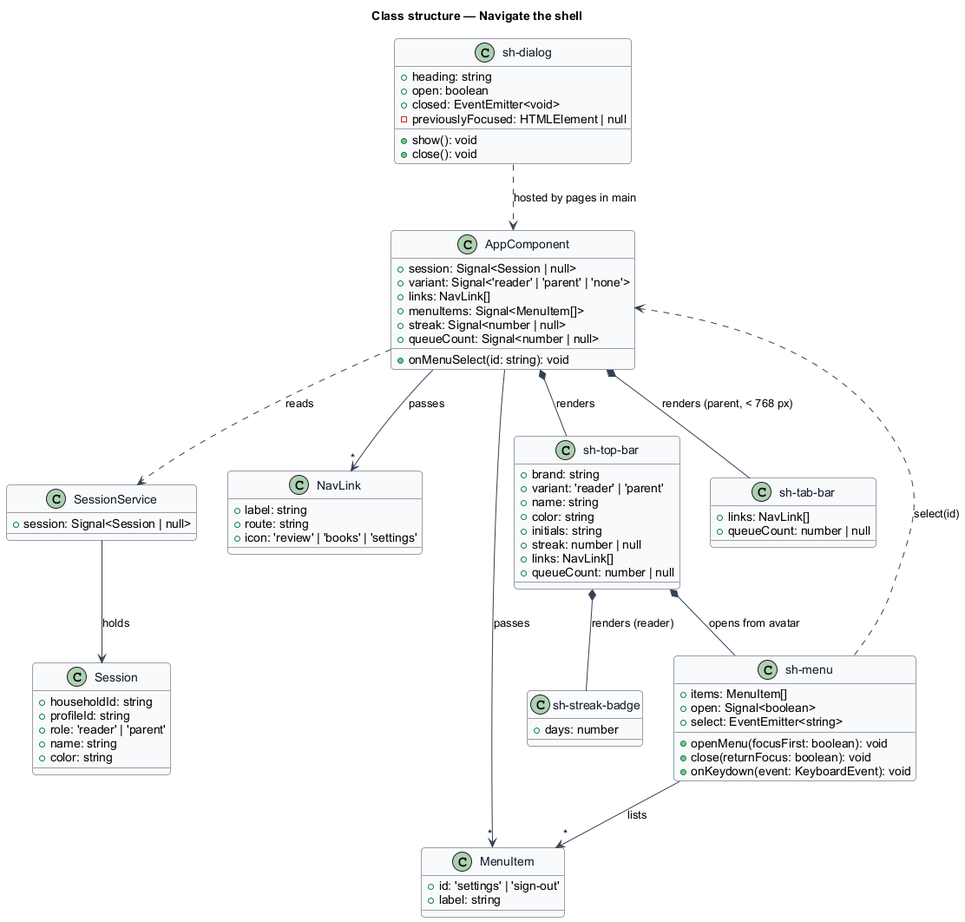
Above: docs/detailed-designs/shell/navigate-shell/diagrams/class-structure.png in QuinntyneBrown/shelfie (PlantUML), before the change.
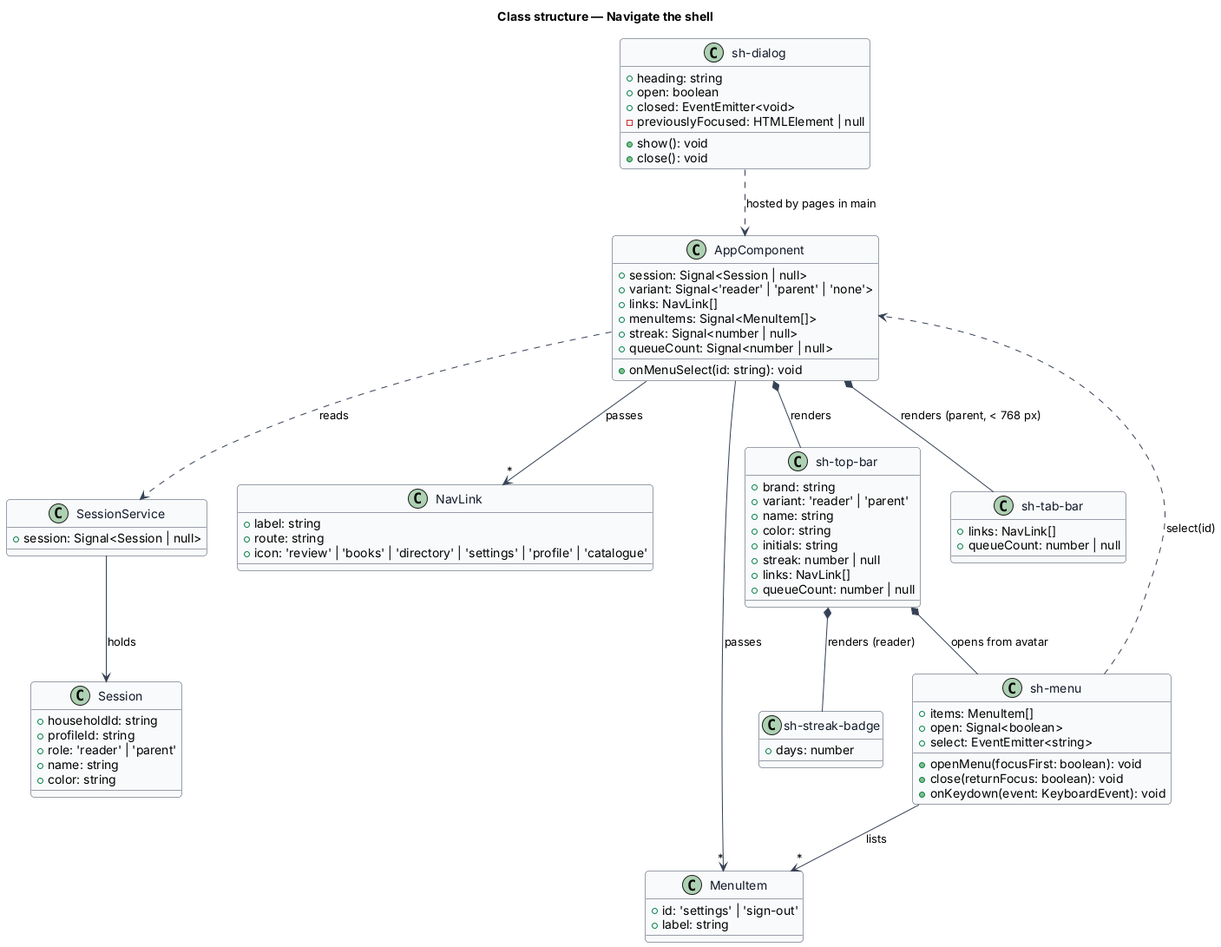
The same diagram one commit later.

What changed in the source:
```diff
@@ -36,7 +36,7 @@
 class NavLink {
   +label: string
   +route: string
-  +icon: 'review' | 'books' | 'settings'
+  +icon: 'review' | 'books' | 'directory' | 'settings' | 'profile' | 'catalogue'
 }
 
 class MenuItem {
```
